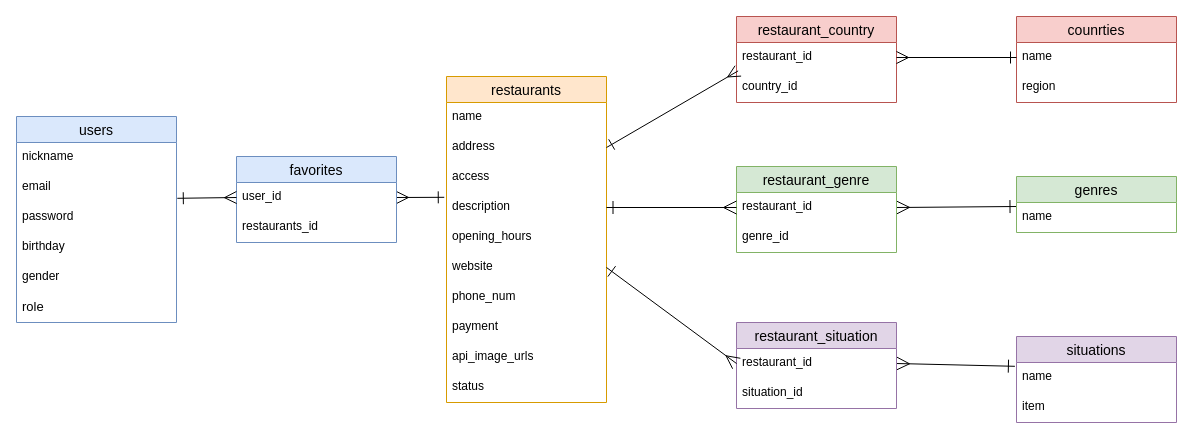
The draw.io diagram ER .dio in rikookazaki/taste-trip, before the edit. Source tidied: cells renumbered, new cells numbered last; positions are measured from the earlier drawing's top-left corner, leaving out a move shared by most shapes. Both pictures are drawn from the tidied source at 100%, with x=0, y=0 at pixel (16, 16).
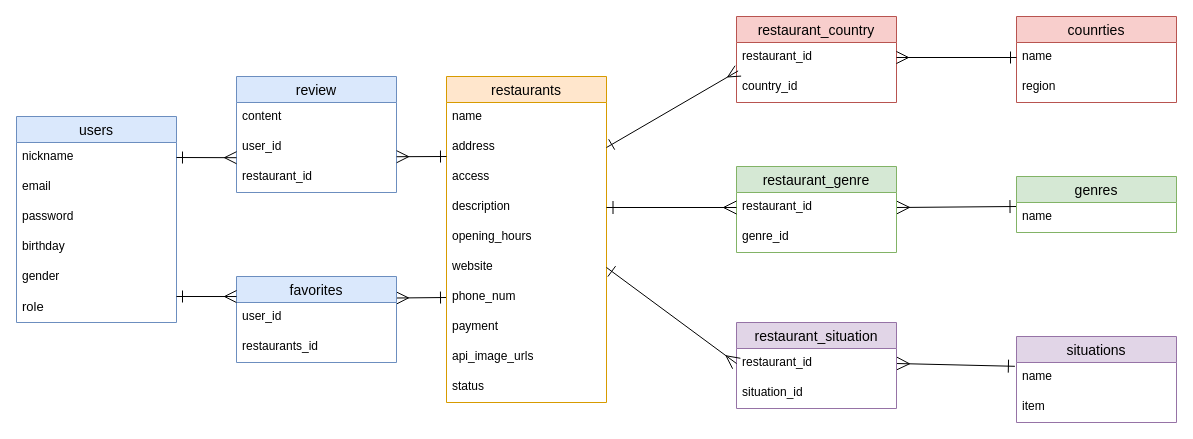
The same diagram, later.

Unchanged cells that the change refers to:
```xml
<mxCell id="7" value="description" style="text;strokeColor=none;fillColor=none;spacingLeft=4;spacingRight=4;overflow=hidden;points=[[0,0.5],[1,0.5]];portConstraint=eastwest;fontSize=12;" parent="3" vertex="1">
  <mxGeometry y="116" width="160" height="30" as="geometry" />
</mxCell>
<mxCell id="10" value="phone_num" style="text;strokeColor=none;fillColor=none;spacingLeft=4;spacingRight=4;overflow=hidden;points=[[0,0.5],[1,0.5]];portConstraint=eastwest;fontSize=12;" parent="3" vertex="1">
  <mxGeometry y="206" width="160" height="30" as="geometry" />
</mxCell>
<mxCell id="38" value="nickname" style="text;strokeColor=none;fillColor=none;spacingLeft=4;spacingRight=4;overflow=hidden;points=[[0,0.5],[1,0.5]];portConstraint=eastwest;fontSize=12;" parent="37" vertex="1">
  <mxGeometry y="26" width="160" height="30" as="geometry" />
</mxCell>
<mxCell id="40" value="password" style="text;strokeColor=none;fillColor=none;spacingLeft=4;spacingRight=4;overflow=hidden;points=[[0,0.5],[1,0.5]];portConstraint=eastwest;fontSize=12;" parent="37" vertex="1">
  <mxGeometry y="86" width="160" height="30" as="geometry" />
</mxCell>
<mxCell id="45" value="user_id" style="text;strokeColor=none;fillColor=none;spacingLeft=4;spacingRight=4;overflow=hidden;points=[[0,0.5],[1,0.5]];portConstraint=eastwest;fontSize=12;" parent="44" vertex="1">
  <mxGeometry y="26" width="160" height="30" as="geometry" />
</mxCell>
```

Diff of the diagram source:
```diff
@@
-    <mxCell id="2" style="edgeStyle=none;html=1;exitX=-0.014;exitY=0.16;exitDx=0;exitDy=0;entryX=1;entryY=0.5;entryDx=0;entryDy=0;startArrow=ERone;startFill=0;endArrow=ERmany;endFill=0;startSize=10;endSize=10;exitPerimeter=0;" parent="1" edge="1" source="7" target="45">
+    <mxCell id="2" style="edgeStyle=none;html=1;exitX=0;exitY=0.5;exitDx=0;exitDy=0;entryX=1;entryY=0.25;entryDx=0;entryDy=0;startArrow=ERone;startFill=0;endArrow=ERmany;endFill=0;startSize=10;endSize=10;" parent="1" edge="1" source="10" target="44">
       <mxGeometry relative="1" as="geometry" />
     </mxCell>
@@
     <mxCell id="44" value="favorites" style="swimlane;fontStyle=0;horizontal=1;startSize=26;align=center;fontSize=14;fillColor=#dae8fc;strokeColor=#6c8ebf;" parent="1" vertex="1">
-      <mxGeometry x="220" y="140" width="160" height="86" as="geometry" />
+      <mxGeometry x="220" y="260" width="160" height="86" as="geometry" />
     </mxCell>
@@
-    <mxCell id="47" style="edgeStyle=none;html=1;startArrow=ERone;startFill=0;endArrow=ERmany;endFill=0;startSize=10;endSize=10;exitX=1.005;exitY=-0.14;exitDx=0;exitDy=0;entryX=0;entryY=0.5;entryDx=0;entryDy=0;exitPerimeter=0;" parent="1" edge="1" source="40" target="45">
-      <mxGeometry relative="1" as="geometry" />
+    <mxCell id="47" style="edgeStyle=none;html=1;startArrow=ERone;startFill=0;endArrow=ERmany;endFill=0;startSize=10;endSize=10;entryX=0;entryY=0.233;entryDx=0;entryDy=0;entryPerimeter=0;" parent="1" edge="1" target="44">
+      <mxGeometry relative="1" as="geometry">
+        <mxPoint x="160" y="280" as="sourcePoint" />
+      </mxGeometry>
     </mxCell>
+    <mxCell id="48" value="review" style="swimlane;fontStyle=0;horizontal=1;startSize=26;align=center;fontSize=14;fillColor=#dae8fc;strokeColor=#6c8ebf;" parent="1" vertex="1">
+      <mxGeometry x="220" y="60" width="160" height="116" as="geometry" />
+    </mxCell>
+    <mxCell id="49" value="content" style="text;strokeColor=none;fillColor=none;spacingLeft=4;spacingRight=4;overflow=hidden;fontSize=12;" parent="48" vertex="1">
+      <mxGeometry y="26" width="160" height="30" as="geometry" />
+    </mxCell>
+    <mxCell id="50" value="user_id" style="text;strokeColor=none;fillColor=none;spacingLeft=4;spacingRight=4;overflow=hidden;points=[[0,0.5],[1,0.5]];portConstraint=eastwest;fontSize=12;" parent="48" vertex="1">
+      <mxGeometry y="56" width="160" height="30" as="geometry" />
+    </mxCell>
+    <mxCell id="51" value="restaurant_id" style="text;strokeColor=none;fillColor=none;spacingLeft=4;spacingRight=4;overflow=hidden;fontSize=12;" parent="48" vertex="1">
+      <mxGeometry y="86" width="160" height="30" as="geometry" />
+    </mxCell>
+    <mxCell id="52" style="edgeStyle=none;html=1;startArrow=ERone;startFill=0;endArrow=ERmany;endFill=0;startSize=10;endSize=10;exitX=1;exitY=0.5;exitDx=0;exitDy=0;entryX=0;entryY=0.84;entryDx=0;entryDy=0;entryPerimeter=0;" parent="1" edge="1" source="38" target="50">
+      <mxGeometry relative="1" as="geometry" />
+    </mxCell>
+    <mxCell id="53" style="edgeStyle=none;html=1;startArrow=ERone;startFill=0;endArrow=ERmany;endFill=0;startSize=10;endSize=10;entryX=1.001;entryY=0.807;entryDx=0;entryDy=0;entryPerimeter=0;" parent="1" edge="1" target="50">
+      <mxGeometry relative="1" as="geometry">
+        <mxPoint x="430" y="140" as="sourcePoint" />
+      </mxGeometry>
+    </mxCell>
```
